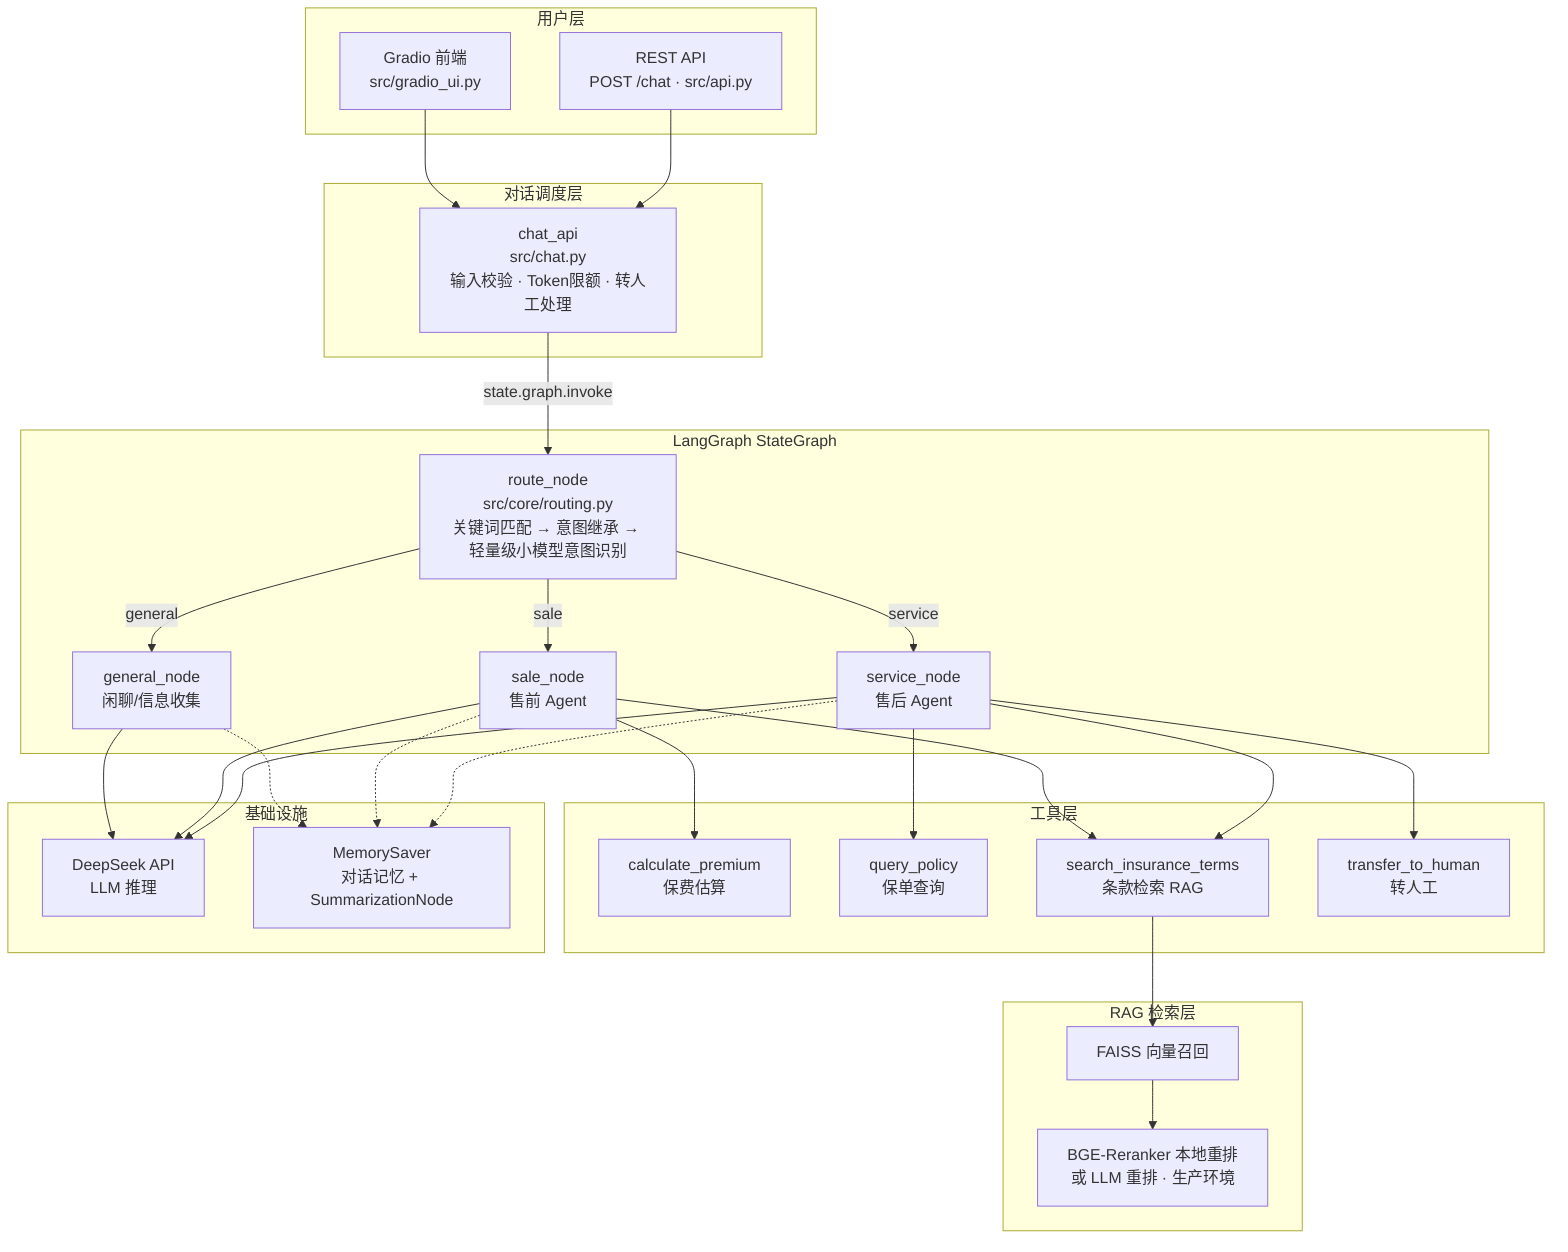
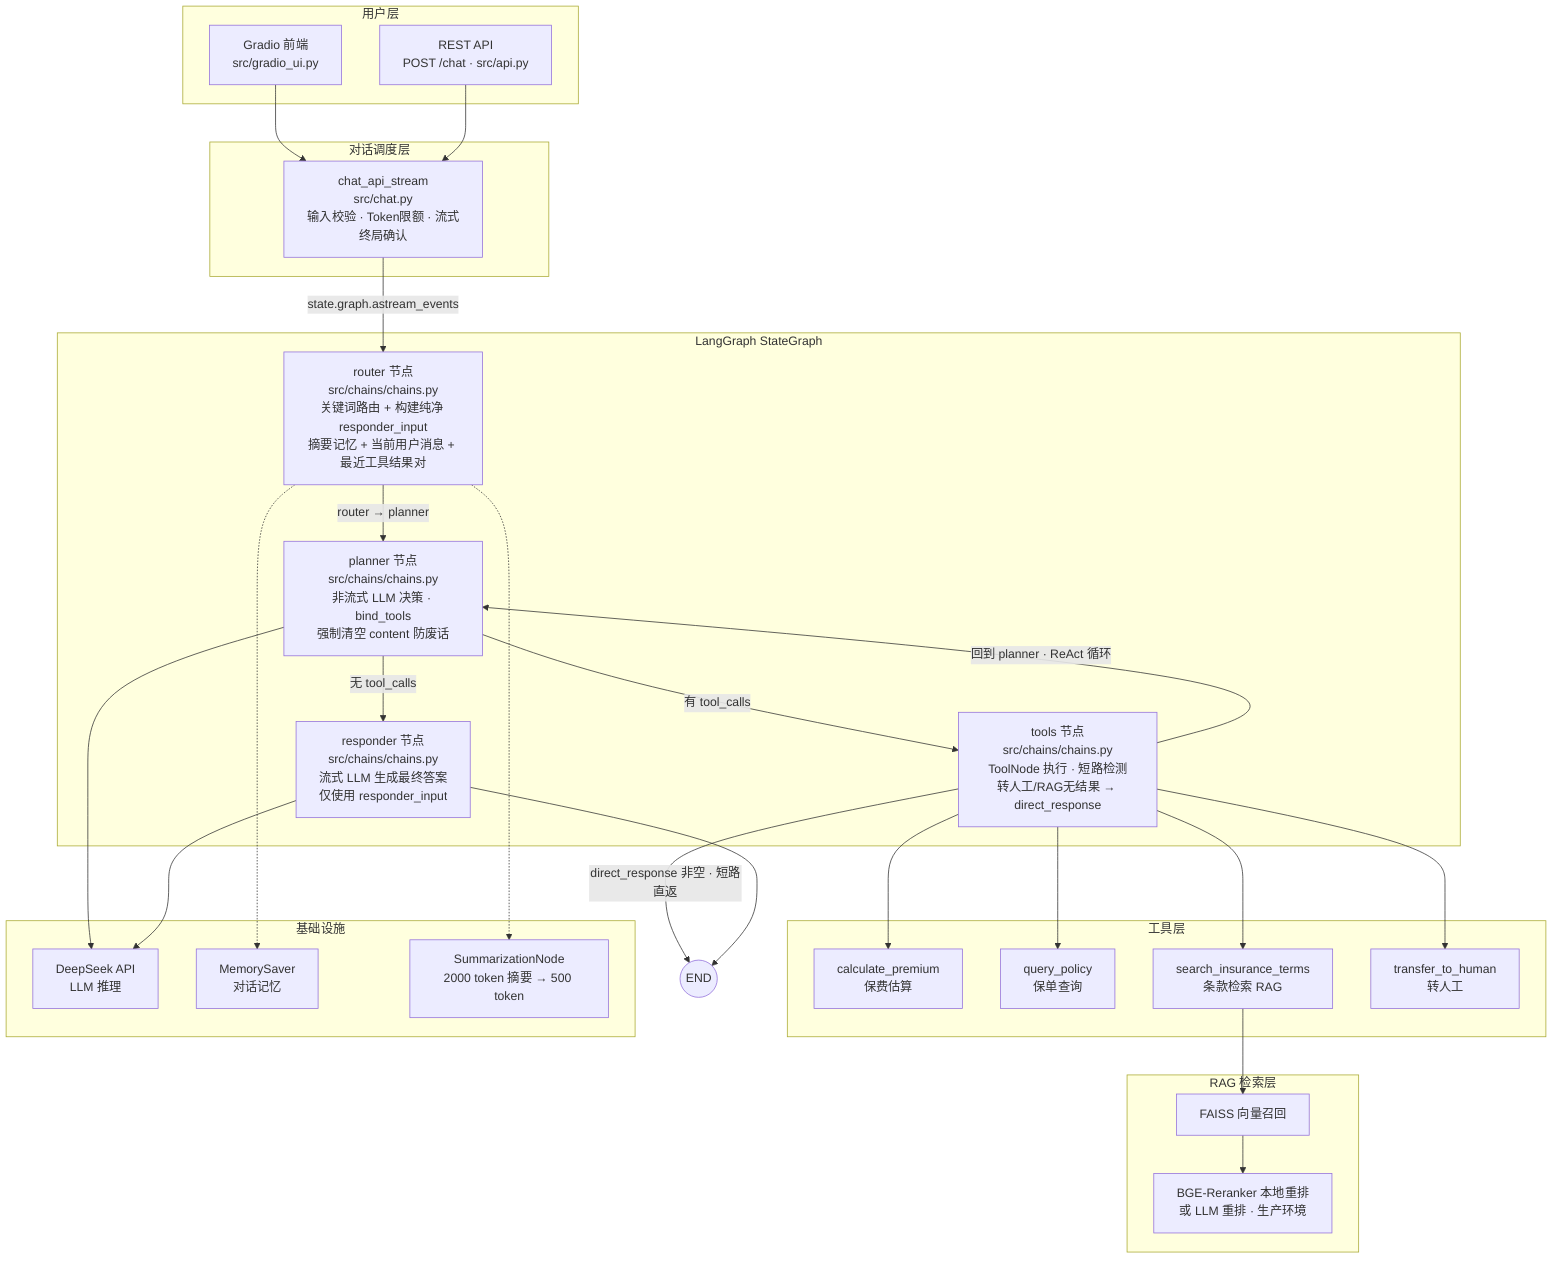
graph TB
+     END_NODE(("END"))
+ 
    subgraph 用户层
        A["Gradio 前端<br/>src/gradio_ui.py"]
        B["REST API<br/>POST /chat · src/api.py"]
    end

    subgraph 对话调度层
-         C["chat_api<br/>src/chat.py<br/>输入校验 · Token限额 · 转人工处理"]
+         C["chat_api_stream<br/>src/chat.py<br/>输入校验 · Token限额 · 流式终局确认"]
    end

    subgraph LangGraph StateGraph
-         D["route_node<br/>src/core/routing.py<br/>关键词匹配 → 意图继承 → 轻量级小模型意图识别"]
-         E["general_node<br/>闲聊/信息收集"]
-         F["sale_node<br/>售前 Agent"]
-         G["service_node<br/>售后 Agent"]
+         D["router 节点<br/>src/chains/chains.py<br/>关键词路由 + 构建纯净 responder_input<br/>摘要记忆 + 当前用户消息 + 最近工具结果对"]
+         E["planner 节点<br/>src/chains/chains.py<br/>非流式 LLM 决策 · bind_tools<br/>强制清空 content 防废话"]
+         F["tools 节点<br/>src/chains/chains.py<br/>ToolNode 执行 · 短路检测<br/>转人工/RAG无结果 → direct_response"]
+         G["responder 节点<br/>src/chains/chains.py<br/>流式 LLM 生成最终答案<br/>仅使用 responder_input"]
    end

    subgraph 工具层
        H["calculate_premium<br/>保费估算"]
        I["query_policy<br/>保单查询"]
        J["search_insurance_terms<br/>条款检索 RAG"]
        K["transfer_to_human<br/>转人工"]
    end

    subgraph RAG 检索层
        L["FAISS 向量召回"]
        M["BGE-Reranker 本地重排<br/>或 LLM 重排 · 生产环境"]
    end

    subgraph 基础设施
        N["DeepSeek API<br/>LLM 推理"]
-         O["MemorySaver<br/>对话记忆 + SummarizationNode"]
+         O["MemorySaver<br/>对话记忆"]
+         P["SummarizationNode<br/>2000 token 摘要 → 500 token"]
    end

    A --> C
    B --> C
-     C -->|"state.graph.invoke"| D
-     D -->|general| E
-     D -->|sale| F
-     D -->|service| G
+     C -->|"state.graph.astream_events"| D
+     D -->|"router → planner"| E
+     E -->|"有 tool_calls"| F
+     E -->|"无 tool_calls"| G
+     F -->|"direct_response 非空 · 短路直返"| END_NODE
+     F -->|"回到 planner · ReAct 循环"| E
+     G --> END_NODE
    F --> H
+     F --> I
    F --> J
-     G --> I
-     G --> J
-     G --> K
+     F --> K
    J --> L
    L --> M
    E --> N
-     F --> N
    G --> N
-     E -.-> O
-     F -.-> O
-     G -.-> O
+     D -.-> O
+     D -.-> P
